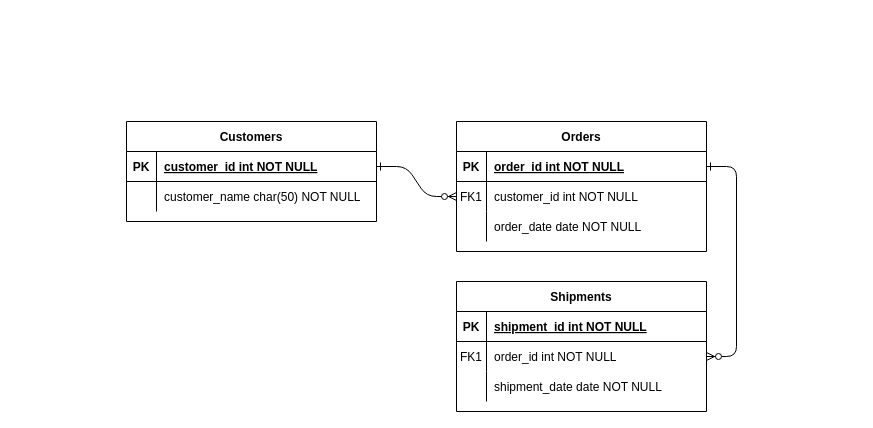
Before: Romania.drawio in AlexzzzBizoi/sem2_AlexBizoi, a draw.io diagram. Source tidied: cells renumbered, new cells numbered last; positions are measured from the earlier drawing's top-left corner, leaving out a move shared by most shapes. Both pictures are drawn from the tidied source at 100%, with x=0, y=0 at pixel (126, 121).
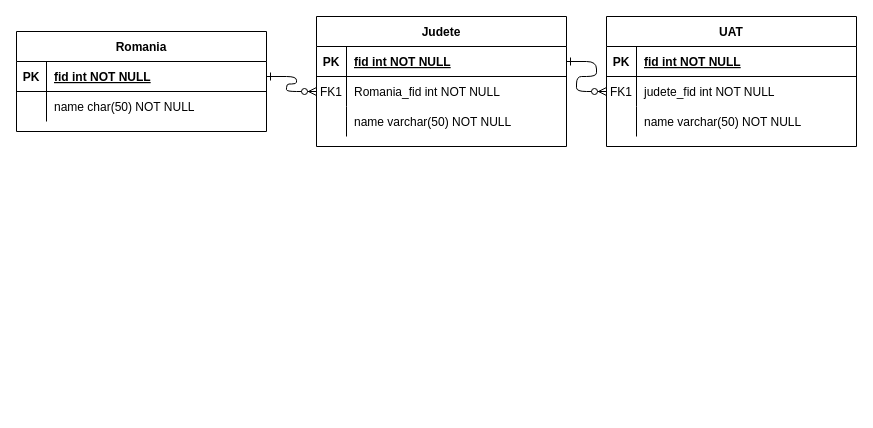
After the change.

Unchanged cells that the change refers to:
```xml
<mxCell id="5" style="shape=partialRectangle;fillColor=none;points=[[0,0.5],[1,0.5]];portConstraint=eastwest;top=0;left=0;right=0;bottom=1;" parent="4" vertex="1">
  <mxGeometry y="30" width="250" height="30" as="geometry" />
</mxCell>
<mxCell id="8" style="shape=partialRectangle;fillColor=none;points=[[0,0.5],[1,0.5]];portConstraint=eastwest;top=0;left=0;right=0;bottom=0;" parent="4" vertex="1">
  <mxGeometry y="60" width="250" height="30" as="geometry" />
</mxCell>
<mxCell id="11" style="shape=partialRectangle;fillColor=none;top=0;left=0;right=0;bottom=0;" parent="4" vertex="1">
  <mxGeometry y="90" width="250" height="30" as="geometry" />
</mxCell>
<mxCell id="15" style="shape=partialRectangle;fillColor=none;top=0;left=0;right=0;bottom=1;" parent="14" vertex="1">
  <mxGeometry y="30" width="250" height="30" as="geometry" />
</mxCell>
<mxCell id="18" style="shape=partialRectangle;fillColor=none;points=[[0,0.5],[1,0.5]];portConstraint=eastwest;top=0;left=0;right=0;bottom=0;" parent="14" vertex="1">
  <mxGeometry y="60" width="250" height="30" as="geometry" />
</mxCell>
<mxCell id="21" style="shape=partialRectangle;fillColor=none;top=0;left=0;right=0;bottom=0;" parent="14" vertex="1">
  <mxGeometry y="90" width="250" height="30" as="geometry" />
</mxCell>
<mxCell id="25" style="shape=partialRectangle;fillColor=none;points=[[0,0.5],[1,0.5]];portConstraint=eastwest;top=0;left=0;right=0;bottom=1;" parent="24" vertex="1">
  <mxGeometry y="30" width="250" height="30" as="geometry" />
</mxCell>
<mxCell id="28" style="shape=partialRectangle;fillColor=none;top=0;left=0;right=0;bottom=0;" parent="24" vertex="1">
  <mxGeometry y="60" width="250" height="30" as="geometry" />
</mxCell>
```

What changed in the source:
```diff
@@
-    <mxCell id="4" value="Orders" style="shape=table;startSize=30;childLayout=tableLayout;rowLines=0;fontStyle=1;align=center;" parent="1" vertex="1">
-      <mxGeometry x="330" width="250" height="130" as="geometry" />
+    <mxCell id="4" value="Judete" style="shape=table;startSize=30;childLayout=tableLayout;rowLines=0;fontStyle=1;align=center;" parent="1" vertex="1">
+      <mxGeometry x="190" y="-105" width="250" height="130" as="geometry" />
     </mxCell>
@@
-    <mxCell id="7" value="order_id int NOT NULL " style="shape=partialRectangle;overflow=hidden;fillColor=none;top=0;left=0;bottom=0;right=0;align=left;spacingLeft=6;fontStyle=5;" parent="5" vertex="1">
+    <mxCell id="7" value="fid int NOT NULL " style="shape=partialRectangle;overflow=hidden;fillColor=none;top=0;left=0;bottom=0;right=0;align=left;spacingLeft=6;fontStyle=5;" parent="5" vertex="1">
       <mxGeometry x="30" width="220" height="30" as="geometry" />
     </mxCell>
@@
-    <mxCell id="10" value="customer_id int NOT NULL" style="shape=partialRectangle;overflow=hidden;fillColor=none;top=0;left=0;bottom=0;right=0;align=left;spacingLeft=6;" parent="8" vertex="1">
+    <mxCell id="10" value="Romania_fid int NOT NULL" style="shape=partialRectangle;overflow=hidden;fillColor=none;top=0;left=0;bottom=0;right=0;align=left;spacingLeft=6;" parent="8" vertex="1">
       <mxGeometry x="30" width="220" height="30" as="geometry" />
     </mxCell>
@@
-    <mxCell id="13" value="order_date date NOT NULL" style="shape=partialRectangle;overflow=hidden;fillColor=none;top=0;left=0;bottom=0;right=0;align=left;spacingLeft=6;" parent="11" vertex="1">
+    <mxCell id="13" value="name varchar(50) NOT NULL" style="shape=partialRectangle;overflow=hidden;fillColor=none;top=0;left=0;bottom=0;right=0;align=left;spacingLeft=6;" parent="11" vertex="1">
       <mxGeometry x="30" width="220" height="30" as="geometry" />
     </mxCell>
-    <mxCell id="14" value="Shipments" style="shape=table;startSize=30;childLayout=tableLayout;rowLines=0;fontStyle=1;align=center;" parent="1" vertex="1">
-      <mxGeometry x="330" y="160" width="250" height="130" as="geometry" />
+    <mxCell id="14" value="UAT" style="shape=table;startSize=30;childLayout=tableLayout;rowLines=0;fontStyle=1;align=center;" parent="1" vertex="1">
+      <mxGeometry x="480" y="-105" width="250" height="130" as="geometry" />
     </mxCell>
@@
-    <mxCell id="17" value="shipment_id int NOT NULL " style="shape=partialRectangle;overflow=hidden;fillColor=none;top=0;left=0;bottom=0;right=0;align=left;spacingLeft=6;fontStyle=5;" parent="15" vertex="1">
+    <mxCell id="17" value="fid int NOT NULL " style="shape=partialRectangle;overflow=hidden;fillColor=none;top=0;left=0;bottom=0;right=0;align=left;spacingLeft=6;fontStyle=5;" parent="15" vertex="1">
       <mxGeometry x="30" width="220" height="30" as="geometry" />
     </mxCell>
@@
-    <mxCell id="20" value="order_id int NOT NULL" style="shape=partialRectangle;overflow=hidden;fillColor=none;top=0;left=0;bottom=0;right=0;align=left;spacingLeft=6;" parent="18" vertex="1">
+    <mxCell id="20" value="judete_fid int NOT NULL" style="shape=partialRectangle;overflow=hidden;fillColor=none;top=0;left=0;bottom=0;right=0;align=left;spacingLeft=6;" parent="18" vertex="1">
       <mxGeometry x="30" width="220" height="30" as="geometry" />
     </mxCell>
@@
-    <mxCell id="23" value="shipment_date date NOT NULL" style="shape=partialRectangle;overflow=hidden;fillColor=none;top=0;left=0;bottom=0;right=0;align=left;spacingLeft=6;" parent="21" vertex="1">
+    <mxCell id="23" value="name varchar(50) NOT NULL" style="shape=partialRectangle;overflow=hidden;fillColor=none;top=0;left=0;bottom=0;right=0;align=left;spacingLeft=6;" parent="21" vertex="1">
       <mxGeometry x="30" width="220" height="30" as="geometry" />
     </mxCell>
-    <mxCell id="24" value="Customers" style="shape=table;startSize=30;childLayout=tableLayout;rowLines=0;fontStyle=1;align=center;" parent="1" vertex="1">
-      <mxGeometry width="250" height="100" as="geometry" />
+    <mxCell id="24" value="Romania" style="shape=table;startSize=30;childLayout=tableLayout;rowLines=0;fontStyle=1;align=center;" parent="1" vertex="1">
+      <mxGeometry x="-110" y="-90" width="250" height="100" as="geometry" />
     </mxCell>
@@
-    <mxCell id="27" value="customer_id int NOT NULL " style="shape=partialRectangle;overflow=hidden;fillColor=none;top=0;left=0;bottom=0;right=0;align=left;spacingLeft=6;fontStyle=5;" parent="25" vertex="1">
+    <mxCell id="27" value="fid int NOT NULL " style="shape=partialRectangle;overflow=hidden;fillColor=none;top=0;left=0;bottom=0;right=0;align=left;spacingLeft=6;fontStyle=5;" parent="25" vertex="1">
       <mxGeometry x="30" width="220" height="30" as="geometry" />
     </mxCell>
@@
-    <mxCell id="30" value="customer_name char(50) NOT NULL" style="shape=partialRectangle;overflow=hidden;fillColor=none;top=0;left=0;bottom=0;right=0;align=left;spacingLeft=6;" parent="28" vertex="1">
+    <mxCell id="30" value="name char(50) NOT NULL" style="shape=partialRectangle;overflow=hidden;fillColor=none;top=0;left=0;bottom=0;right=0;align=left;spacingLeft=6;" parent="28" vertex="1">
       <mxGeometry x="30" width="220" height="30" as="geometry" />
     </mxCell>
```
